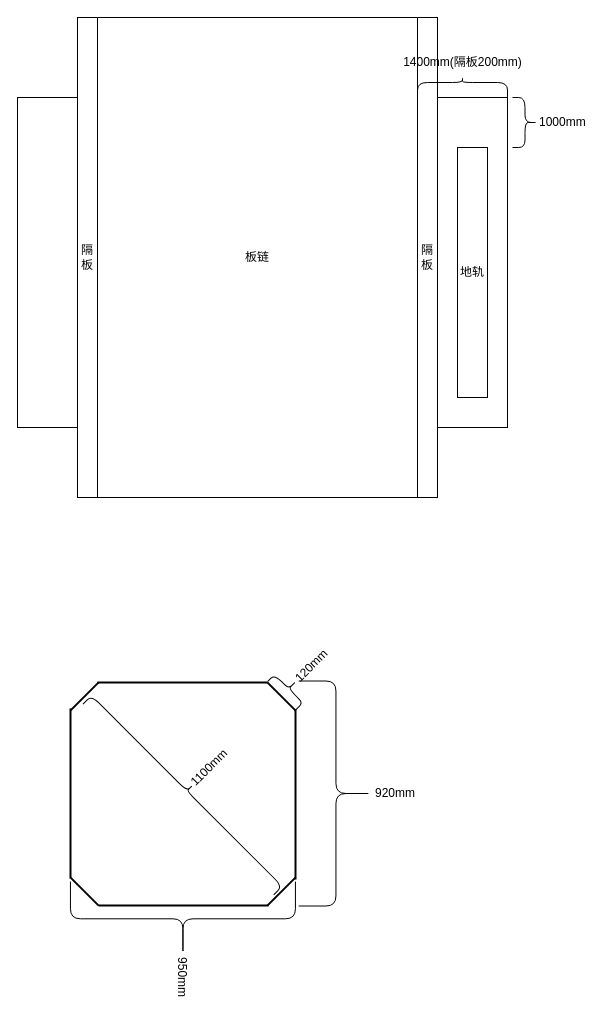
This is data/PDI.drawio from chenyanxi/hosts, a draw.io file, before an edit. Source tidied: cells renumbered, new cells numbered last; positions are measured from the earlier drawing's top-left corner, leaving out a move shared by most shapes. Both pictures are drawn from the tidied source at 100%, with x=0, y=0 at pixel (-15, 17).
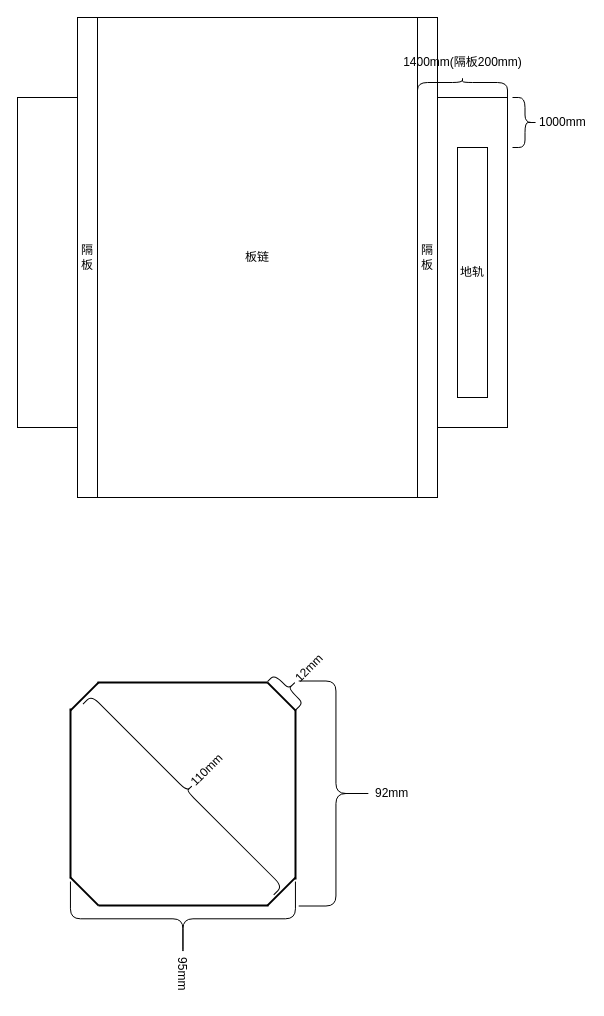
After the change.

The edit, as a diff of the source:
```diff
@@
-    <mxCell id="18" value="1100mm" style="shape=curlyBracket;whiteSpace=wrap;html=1;rounded=1;flipH=1;labelPosition=right;verticalLabelPosition=middle;align=left;verticalAlign=middle;rotation=-45;size=0.3960000000000036;" parent="1" vertex="1">
+    <mxCell id="18" value="110mm" style="shape=curlyBracket;whiteSpace=wrap;html=1;rounded=1;flipH=1;labelPosition=right;verticalLabelPosition=middle;align=left;verticalAlign=middle;rotation=-45;size=0.3960000000000036;" parent="1" vertex="1">
       <mxGeometry x="189.9" y="640.1" width="20" height="269.7" as="geometry" />
     </mxCell>
-    <mxCell id="19" value="120mm" style="shape=curlyBracket;whiteSpace=wrap;html=1;rounded=1;flipH=1;labelPosition=right;verticalLabelPosition=middle;align=left;verticalAlign=middle;rotation=-45;" parent="1" vertex="1">
+    <mxCell id="19" value="12mm" style="shape=curlyBracket;whiteSpace=wrap;html=1;rounded=1;flipH=1;labelPosition=right;verticalLabelPosition=middle;align=left;verticalAlign=middle;rotation=-45;" parent="1" vertex="1">
       <mxGeometry x="293.2" y="651.2" width="20" height="40" as="geometry" />
     </mxCell>
-    <mxCell id="20" value="950mm" style="shape=curlyBracket;whiteSpace=wrap;html=1;rounded=1;flipH=1;labelPosition=right;verticalLabelPosition=middle;align=left;verticalAlign=middle;rotation=90;" parent="1" vertex="1">
+    <mxCell id="20" value="95mm" style="shape=curlyBracket;whiteSpace=wrap;html=1;rounded=1;flipH=1;labelPosition=right;verticalLabelPosition=middle;align=left;verticalAlign=middle;rotation=90;" parent="1" vertex="1">
       <mxGeometry x="160.2" y="788.8" width="74.5" height="225" as="geometry" />
     </mxCell>
-    <mxCell id="21" value="920mm" style="shape=curlyBracket;whiteSpace=wrap;html=1;rounded=1;flipH=1;labelPosition=right;verticalLabelPosition=middle;align=left;verticalAlign=middle;rotation=0;" parent="1" vertex="1">
+    <mxCell id="21" value="92mm" style="shape=curlyBracket;whiteSpace=wrap;html=1;rounded=1;flipH=1;labelPosition=right;verticalLabelPosition=middle;align=left;verticalAlign=middle;rotation=0;" parent="1" vertex="1">
       <mxGeometry x="313.2" y="663.5" width="74.5" height="225" as="geometry" />
     </mxCell>
```
